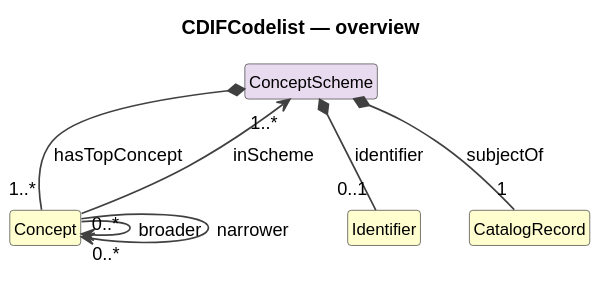
Earlier version of the PlantUML export cdif-uml-model/_plantuml/cdifCodelist/index.local.svg (Cross-Domain-Interoperability-Framework/metadataBuildingBlocks).
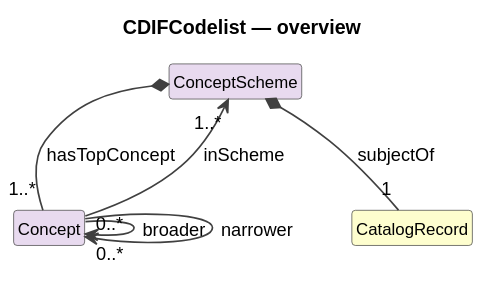
The same file after the commit.

Change to the diagram source:
```diff
@@ -11,11 +11,9 @@
 }
 
 class "ConceptScheme" as ConceptScheme #E8DAEF
-class "Concept" as Concept #FEFECE
-class "Identifier" as Identifier #FEFECE
+class "Concept" as Concept #E8DAEF
 class "CatalogRecord" as CatalogRecord #FEFECE
 ConceptScheme *-- "1" CatalogRecord : subjectOf
-ConceptScheme *-- "0..1" Identifier : identifier
 ConceptScheme *-- "1..*" Concept : hasTopConcept
 Concept --> "1..*" ConceptScheme : inScheme
 Concept --> "0..*" Concept : broader
```
